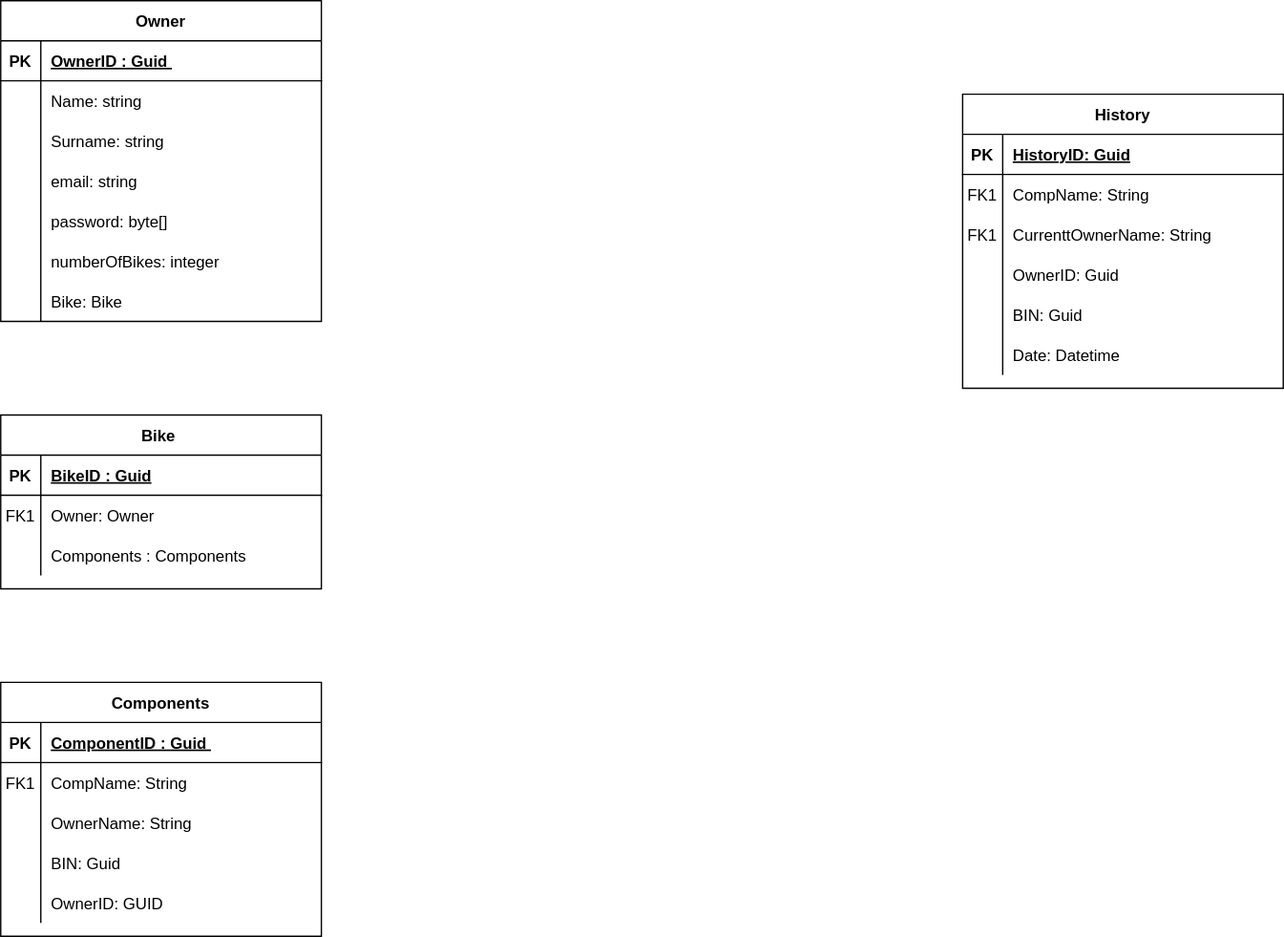
This is tracing-db.drawio.svg from elias-pitsi/Microbility-tracing, a draw.io export, as it was before one commit. Source tidied: cells renumbered, new cells last; positions are measured from the earlier drawing's top-left corner, leaving out a move shared by most shapes.
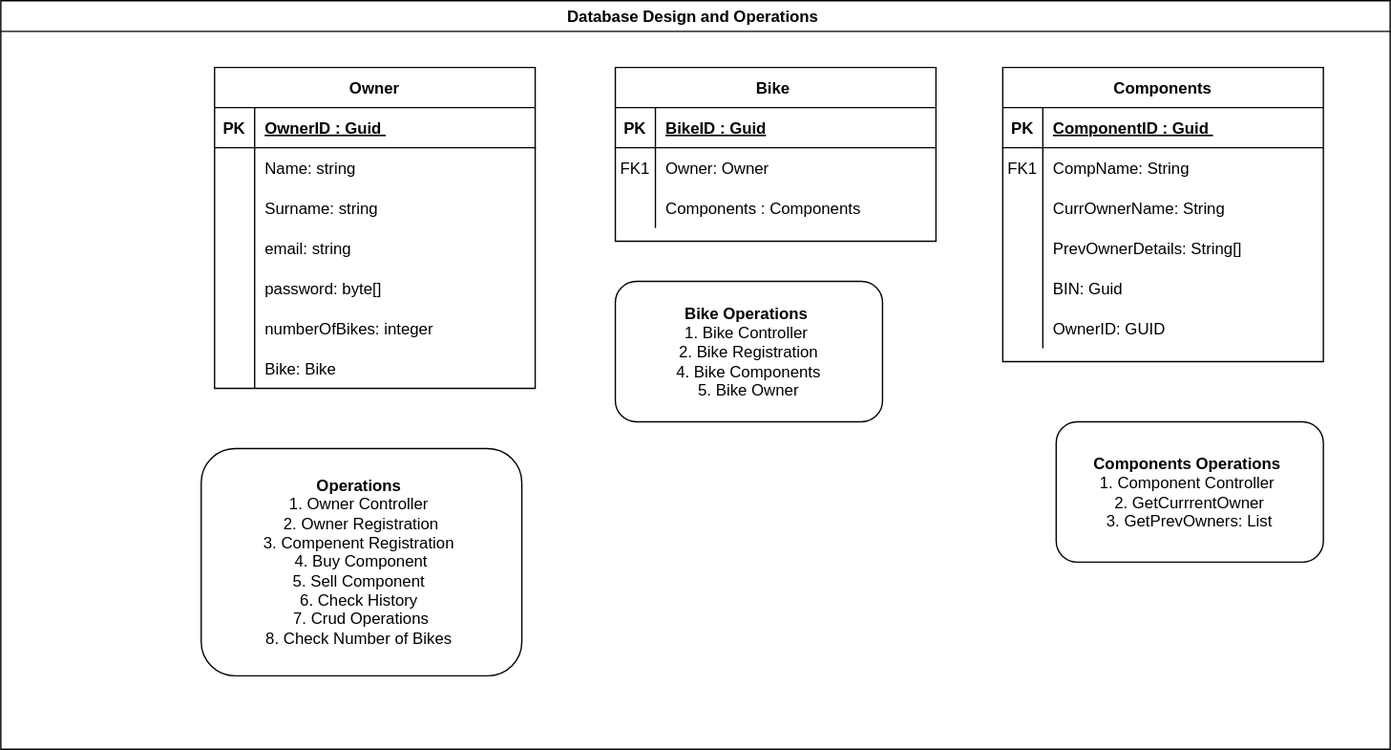
The same file after the commit.

What changed in the source:
```diff
@@ -3,7 +3,7 @@
     <mxCell id="0" />
     <mxCell id="1" parent="0" />
     <mxCell id="2" value="Bike " style="shape=table;startSize=30;rowLines=0;fontStyle=1;align=center;" parent="1" vertex="1">
-      <mxGeometry y="310" width="240" height="130" as="geometry" />
+      <mxGeometry x="280" y="-100" width="240" height="130" as="geometry" />
     </mxCell>
     <mxCell id="3" style="shape=partialRectangle;fillColor=none;top=0;left=0;right=0;bottom=1;" parent="2" vertex="1">
       <mxGeometry y="30" width="240" height="30" as="geometry" />
@@ -33,7 +33,7 @@
       <mxGeometry x="30" width="210" height="30" as="geometry" />
     </mxCell>
     <mxCell id="12" value="Components" style="shape=table;startSize=30;rowLines=0;fontStyle=1;align=center;" parent="1" vertex="1">
-      <mxGeometry y="510" width="240" height="190" as="geometry" />
+      <mxGeometry x="570" y="-100" width="240" height="220" as="geometry" />
     </mxCell>
     <mxCell id="13" style="shape=partialRectangle;fillColor=none;top=0;left=0;right=0;bottom=1;" parent="12" vertex="1">
       <mxGeometry y="30" width="240" height="30" as="geometry" />
@@ -59,11 +59,20 @@
     <mxCell id="20" style="shape=partialRectangle;overflow=hidden;fillColor=none;top=0;left=0;bottom=0;right=0;" parent="19" vertex="1">
       <mxGeometry width="30" height="30" as="geometry" />
     </mxCell>
-    <mxCell id="21" value="OwnerName: String" style="shape=partialRectangle;overflow=hidden;fillColor=none;top=0;left=0;bottom=0;right=0;align=left;spacingLeft=6;" parent="19" vertex="1">
+    <mxCell id="21" value="CurrOwnerName: String" style="shape=partialRectangle;overflow=hidden;fillColor=none;top=0;left=0;bottom=0;right=0;align=left;spacingLeft=6;" parent="19" vertex="1">
       <mxGeometry x="30" width="210" height="30" as="geometry" />
     </mxCell>
+    <mxCell id="60" style="shape=partialRectangle;fillColor=none;top=0;left=0;right=0;bottom=0;" parent="12" vertex="1">
+      <mxGeometry y="120" width="240" height="30" as="geometry" />
+    </mxCell>
+    <mxCell id="69" style="shape=partialRectangle;overflow=hidden;fillColor=none;top=0;left=0;bottom=0;right=0;" parent="60" vertex="1">
+      <mxGeometry width="30" height="30" as="geometry" />
+    </mxCell>
+    <mxCell id="70" value="PrevOwnerDetails: String[]" style="shape=partialRectangle;overflow=hidden;fillColor=none;top=0;left=0;bottom=0;right=0;align=left;spacingLeft=6;" parent="60" vertex="1">
+      <mxGeometry x="30" width="210" height="30" as="geometry" />
+    </mxCell>
     <mxCell id="22" style="shape=partialRectangle;fillColor=none;top=0;left=0;right=0;bottom=0;" parent="12" vertex="1">
-      <mxGeometry y="120" width="240" height="30" as="geometry" />
+      <mxGeometry y="150" width="240" height="30" as="geometry" />
     </mxCell>
     <mxCell id="23" style="shape=partialRectangle;overflow=hidden;fillColor=none;top=0;left=0;bottom=0;right=0;" parent="22" vertex="1">
       <mxGeometry width="30" height="30" as="geometry" />
@@ -72,7 +81,7 @@
       <mxGeometry x="30" width="210" height="30" as="geometry" />
     </mxCell>
     <mxCell id="25" style="shape=partialRectangle;fillColor=none;top=0;left=0;right=0;bottom=0;" parent="12" vertex="1">
-      <mxGeometry y="150" width="240" height="30" as="geometry" />
+      <mxGeometry y="180" width="240" height="30" as="geometry" />
     </mxCell>
     <mxCell id="26" style="shape=partialRectangle;overflow=hidden;fillColor=none;top=0;left=0;bottom=0;right=0;" parent="25" vertex="1">
       <mxGeometry width="30" height="30" as="geometry" />
@@ -81,7 +90,7 @@
       <mxGeometry x="30" width="210" height="30" as="geometry" />
     </mxCell>
     <mxCell id="28" value="Owner" style="shape=table;startSize=30;rowLines=0;fontStyle=1;align=center;" parent="1" vertex="1">
-      <mxGeometry width="240" height="240" as="geometry" />
+      <mxGeometry x="-20" y="-100" width="240" height="240" as="geometry" />
     </mxCell>
     <mxCell id="29" style="shape=partialRectangle;fillColor=none;top=0;left=0;right=0;bottom=1;" parent="28" vertex="1">
       <mxGeometry y="30" width="240" height="30" as="geometry" />
@@ -146,62 +155,20 @@
     <mxCell id="49" value="Bike: Bike" style="shape=partialRectangle;overflow=hidden;fillColor=none;top=0;left=0;bottom=0;right=0;align=left;spacingLeft=6;" parent="47" vertex="1">
       <mxGeometry x="30" width="210" height="30" as="geometry" />
     </mxCell>
-    <mxCell id="50" value="History" style="shape=table;startSize=30;rowLines=0;fontStyle=1;align=center;" parent="1" vertex="1">
-      <mxGeometry x="720" y="70" width="240" height="220" as="geometry" />
-    </mxCell>
-    <mxCell id="51" style="shape=partialRectangle;fillColor=none;top=0;left=0;right=0;bottom=1;" parent="50" vertex="1">
-      <mxGeometry y="30" width="240" height="30" as="geometry" />
-    </mxCell>
-    <mxCell id="52" value="PK" style="shape=partialRectangle;overflow=hidden;fillColor=none;top=0;left=0;bottom=0;right=0;fontStyle=1;" parent="51" vertex="1">
-      <mxGeometry width="30" height="30" as="geometry" />
-    </mxCell>
-    <mxCell id="53" value="HistoryID: Guid" style="shape=partialRectangle;overflow=hidden;fillColor=none;top=0;left=0;bottom=0;right=0;align=left;spacingLeft=6;fontStyle=5;" parent="51" vertex="1">
-      <mxGeometry x="30" width="210" height="30" as="geometry" />
-    </mxCell>
-    <mxCell id="54" style="shape=partialRectangle;fillColor=none;top=0;left=0;right=0;bottom=0;" parent="50" vertex="1">
-      <mxGeometry y="60" width="240" height="30" as="geometry" />
-    </mxCell>
-    <mxCell id="55" value="FK1" style="shape=partialRectangle;overflow=hidden;fillColor=none;top=0;left=0;bottom=0;right=0;" parent="54" vertex="1">
-      <mxGeometry width="30" height="30" as="geometry" />
-    </mxCell>
-    <mxCell id="56" value="CompName: String" style="shape=partialRectangle;overflow=hidden;fillColor=none;top=0;left=0;bottom=0;right=0;align=left;spacingLeft=6;" parent="54" vertex="1">
-      <mxGeometry x="30" width="210" height="30" as="geometry" />
-    </mxCell>
-    <mxCell id="57" style="shape=partialRectangle;fillColor=none;top=0;left=0;right=0;bottom=0;" parent="50" vertex="1">
-      <mxGeometry y="90" width="240" height="30" as="geometry" />
-    </mxCell>
-    <mxCell id="58" value="FK1" style="shape=partialRectangle;overflow=hidden;fillColor=none;top=0;left=0;bottom=0;right=0;" parent="57" vertex="1">
-      <mxGeometry width="30" height="30" as="geometry" />
-    </mxCell>
-    <mxCell id="59" value="CurrenttOwnerName: String " style="shape=partialRectangle;overflow=hidden;fillColor=none;top=0;left=0;bottom=0;right=0;align=left;spacingLeft=6;" parent="57" vertex="1">
-      <mxGeometry x="30" width="210" height="30" as="geometry" />
-    </mxCell>
-    <mxCell id="60" style="shape=partialRectangle;fillColor=none;top=0;left=0;right=0;bottom=0;" parent="50" vertex="1">
-      <mxGeometry y="120" width="240" height="30" as="geometry" />
-    </mxCell>
-    <mxCell id="61" style="shape=partialRectangle;overflow=hidden;fillColor=none;top=0;left=0;bottom=0;right=0;" parent="60" vertex="1">
-      <mxGeometry width="30" height="30" as="geometry" />
-    </mxCell>
-    <mxCell id="62" value="OwnerID: Guid " style="shape=partialRectangle;overflow=hidden;fillColor=none;top=0;left=0;bottom=0;right=0;align=left;spacingLeft=6;" parent="60" vertex="1">
-      <mxGeometry x="30" width="210" height="30" as="geometry" />
-    </mxCell>
-    <mxCell id="63" style="shape=partialRectangle;fillColor=none;top=0;left=0;right=0;bottom=0;" parent="50" vertex="1">
-      <mxGeometry y="150" width="240" height="30" as="geometry" />
-    </mxCell>
-    <mxCell id="64" style="shape=partialRectangle;overflow=hidden;fillColor=none;top=0;left=0;bottom=0;right=0;" parent="63" vertex="1">
-      <mxGeometry width="30" height="30" as="geometry" />
-    </mxCell>
-    <mxCell id="65" value="BIN: Guid " style="shape=partialRectangle;overflow=hidden;fillColor=none;top=0;left=0;bottom=0;right=0;align=left;spacingLeft=6;" parent="63" vertex="1">
-      <mxGeometry x="30" width="210" height="30" as="geometry" />
-    </mxCell>
-    <mxCell id="66" style="shape=partialRectangle;fillColor=none;top=0;left=0;right=0;bottom=0;" parent="50" vertex="1">
-      <mxGeometry y="180" width="240" height="30" as="geometry" />
-    </mxCell>
-    <mxCell id="67" style="shape=partialRectangle;overflow=hidden;fillColor=none;top=0;left=0;bottom=0;right=0;" parent="66" vertex="1">
-      <mxGeometry width="30" height="30" as="geometry" />
-    </mxCell>
-    <mxCell id="68" value="Date: Datetime" style="shape=partialRectangle;overflow=hidden;fillColor=none;top=0;left=0;bottom=0;right=0;align=left;spacingLeft=6;" parent="66" vertex="1">
-      <mxGeometry x="30" width="210" height="30" as="geometry" />
-    </mxCell>
+    <mxCell id="71" value="&lt;br&gt;" style="text;html=1;align=center;verticalAlign=middle;strokeColor=none;fillColor=none;" parent="1" vertex="1">
+      <mxGeometry x="20" y="255" width="20" height="30" as="geometry" />
+    </mxCell>
+    <mxCell id="72" value="&lt;b&gt;Operations&amp;nbsp;&lt;br&gt;&lt;/b&gt;1. Owner Controller&amp;nbsp;&lt;br&gt;2. Owner Registration&lt;br&gt;3. Compenent Registration&amp;nbsp;&lt;br&gt;4. Buy Component&lt;br&gt;5. Sell Component&amp;nbsp;&lt;br&gt;6. Check History&amp;nbsp;&lt;br&gt;7. Crud Operations&lt;br&gt;8. Check Number of Bikes&amp;nbsp;" style="rounded=1;whiteSpace=wrap;html=1;" parent="1" vertex="1">
+      <mxGeometry x="-30" y="185" width="240" height="170" as="geometry" />
+    </mxCell>
+    <mxCell id="73" value="&lt;b&gt;Bike Operations&amp;nbsp;&lt;br&gt;&lt;/b&gt;1. Bike Controller&amp;nbsp;&lt;br&gt;2. Bike Registration&lt;br&gt;4. Bike Components&lt;br&gt;5. Bike Owner" style="rounded=1;whiteSpace=wrap;html=1;" parent="1" vertex="1">
+      <mxGeometry x="280" y="60" width="200" height="105" as="geometry" />
+    </mxCell>
+    <mxCell id="74" value="&lt;b&gt;Components Operations&amp;nbsp;&lt;br&gt;&lt;/b&gt;1. Component Controller&amp;nbsp;&lt;br&gt;2. GetCurrrentOwner&lt;br&gt;3. GetPrevOwners: List" style="rounded=1;whiteSpace=wrap;html=1;" parent="1" vertex="1">
+      <mxGeometry x="610" y="165" width="200" height="105" as="geometry" />
+    </mxCell>
+    <mxCell id="75" value="Database Design and Operations " style="swimlane;" parent="1" vertex="1">
+      <mxGeometry x="-180" y="-150" width="1040" height="560" as="geometry" />
+    </mxCell>
   </root>
 </mxGraphModel>
```
